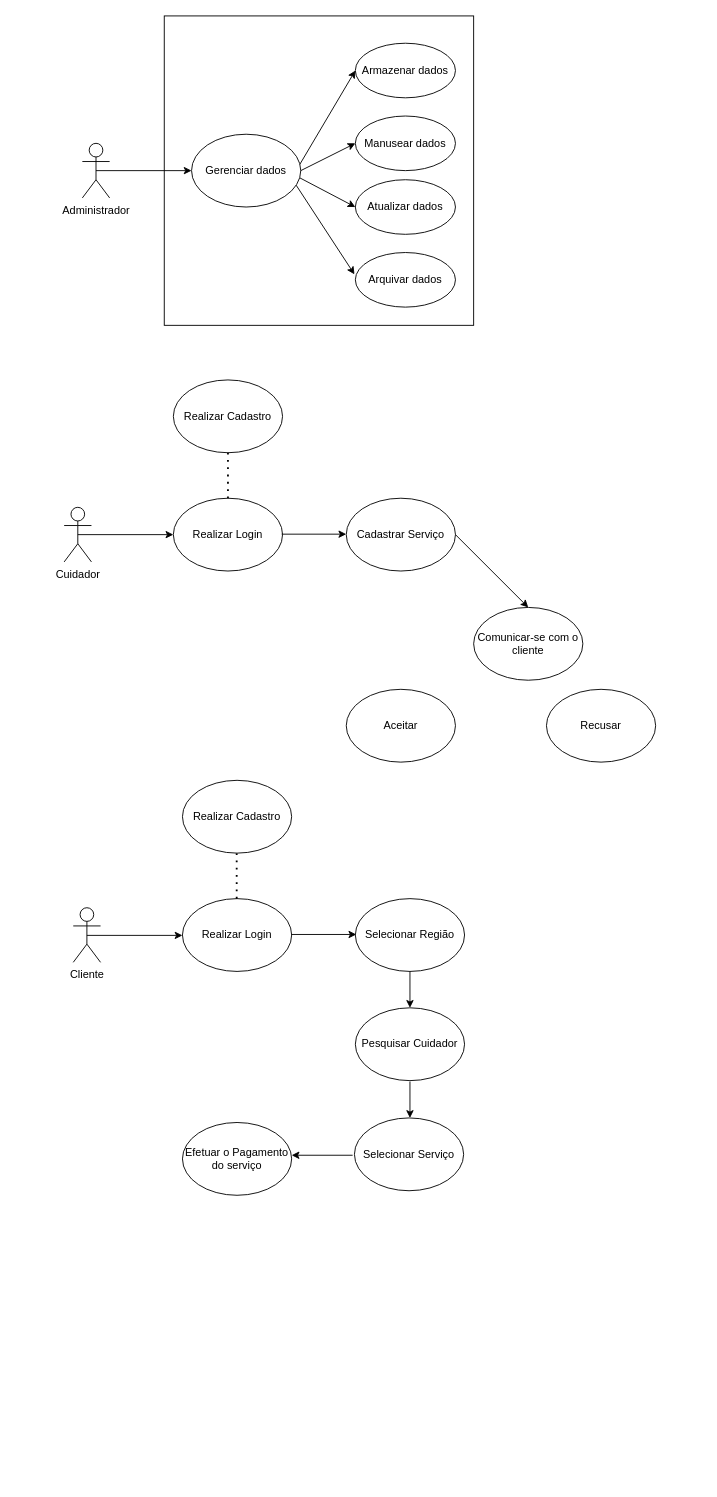
This is Diagrama sem nome.drawio from Thiago163/UML_TCC_casos_de_uso, a draw.io file, before an edit. Source tidied: cells renumbered, new cells numbered last; positions are measured from the earlier drawing's top-left corner, leaving out a move shared by most shapes. Both pictures are drawn from the tidied source at 91%, with x=0, y=0 at pixel (64, 15).
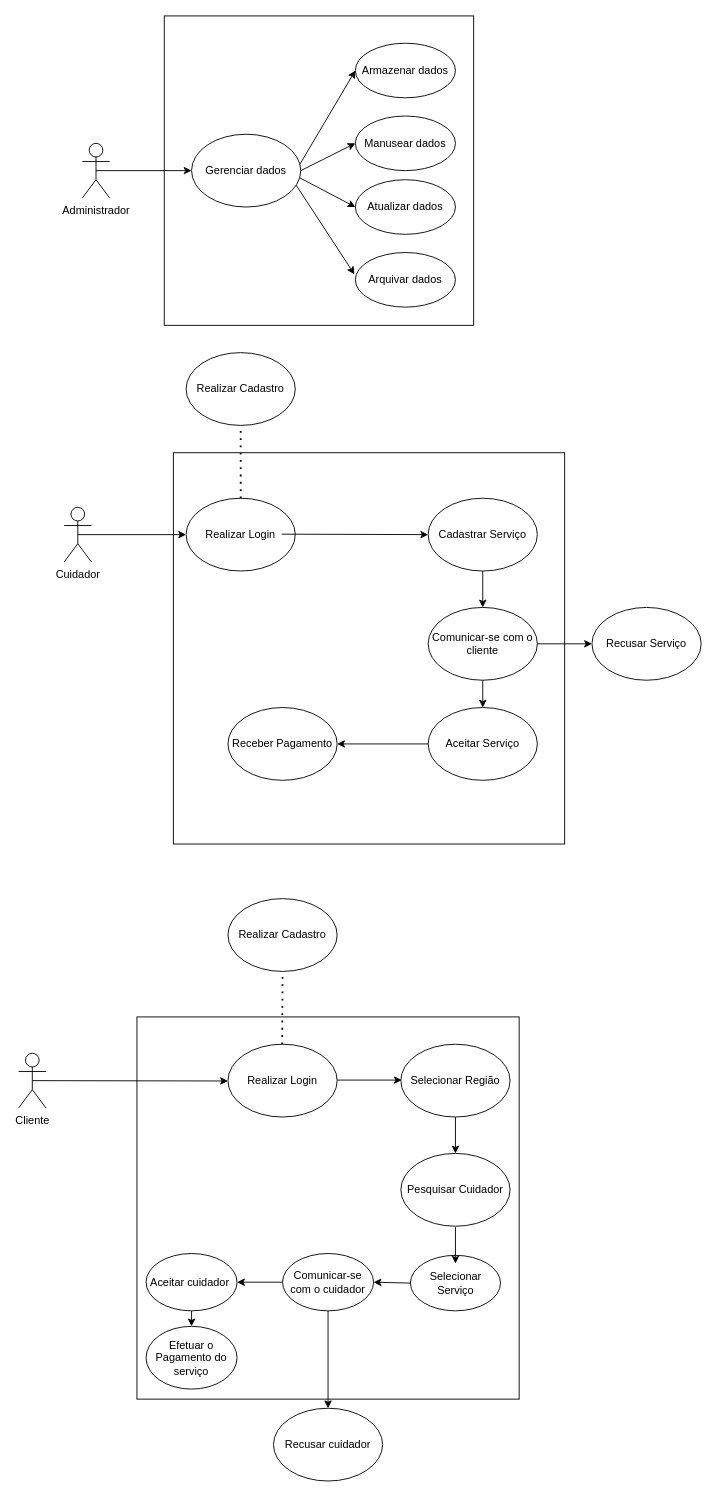
After the change.

Diff of the diagram source:
```diff
@@
+    <mxCell id="38" style="whiteSpace=wrap;html=1;" parent="1" vertex="1">
+      <mxGeometry x="80" y="1100" width="420" height="420" as="geometry" />
+    </mxCell>
+    <mxCell id="39" style="whiteSpace=wrap;html=1;" parent="1" vertex="1">
+      <mxGeometry x="120" y="480" width="430" height="430" as="geometry" />
+    </mxCell>
@@
     <mxCell id="3" value="Cliente" style="shape=umlActor;verticalLabelPosition=bottom;verticalAlign=top;html=1;outlineConnect=0;" parent="1" vertex="1">
-      <mxGeometry x="10" y="980" width="30" height="60" as="geometry" />
+      <mxGeometry x="-50" y="1140" width="30" height="60" as="geometry" />
     </mxCell>
@@
     <mxCell id="5" value="Realizar Login" style="ellipse;whiteSpace=wrap;html=1;" parent="1" vertex="1">
-      <mxGeometry x="120" y="530" width="120" height="80" as="geometry" />
+      <mxGeometry x="134" y="530" width="120" height="80" as="geometry" />
     </mxCell>
@@
     <mxCell id="18" value="Realizar Cadastro" style="ellipse;whiteSpace=wrap;html=1;" parent="1" vertex="1">
-      <mxGeometry x="120" y="400" width="120" height="80" as="geometry" />
+      <mxGeometry x="134" y="370" width="120" height="80" as="geometry" />
     </mxCell>
@@
     <mxCell id="20" value="Cadastrar Serviço" style="ellipse;whiteSpace=wrap;html=1;" parent="1" vertex="1">
-      <mxGeometry x="310" y="530" width="120" height="80" as="geometry" />
+      <mxGeometry x="400" y="530" width="120" height="80" as="geometry" />
     </mxCell>
-    <mxCell id="21" style="endArrow=classic;html=1;rounded=0;exitX=0.5;exitY=0.5;exitDx=0;exitDy=0;exitPerimeter=0;" parent="1" edge="1">
+    <mxCell id="21" style="endArrow=classic;html=1;rounded=0;exitX=0.5;exitY=0.5;exitDx=0;exitDy=0;exitPerimeter=0;entryX=0;entryY=0.5;entryDx=0;entryDy=0;" parent="1" edge="1" target="20">
       <mxGeometry relative="1" as="geometry">
         <mxPoint x="239" y="569.5" as="sourcePoint" />
-        <mxPoint x="310" y="569.5" as="targetPoint" />
       </mxGeometry>
     </mxCell>
-    <mxCell id="22" style="endArrow=classic;html=1;rounded=0;entryX=0;entryY=0.5;entryDx=0;entryDy=0;exitX=0.5;exitY=0.5;exitDx=0;exitDy=0;exitPerimeter=0;" parent="1" edge="1">
+    <mxCell id="22" style="endArrow=classic;html=1;rounded=0;entryX=0;entryY=0.5;entryDx=0;entryDy=0;exitX=0.5;exitY=0.5;exitDx=0;exitDy=0;exitPerimeter=0;" parent="1" edge="1" source="3">
       <mxGeometry relative="1" as="geometry">
-        <mxPoint x="25" y="1010.4" as="sourcePoint" />
-        <mxPoint x="130" y="1010.4" as="targetPoint" />
+        <mxPoint x="180" y="1170.4" as="targetPoint" />
       </mxGeometry>
     </mxCell>
     <mxCell id="23" value="Realizar Login" style="ellipse;whiteSpace=wrap;html=1;" parent="1" vertex="1">
-      <mxGeometry x="130" y="970" width="120" height="80" as="geometry" />
+      <mxGeometry x="180" y="1130" width="120" height="80" as="geometry" />
     </mxCell>
-    <mxCell id="24" style="endArrow=none;dashed=1;html=1;dashPattern=1 3;strokeWidth=2;rounded=0;exitX=0.5;exitY=0;exitDx=0;exitDy=0;entryX=0.5;entryY=1;entryDx=0;entryDy=0;" parent="1" edge="1">
+    <mxCell id="24" style="endArrow=none;dashed=1;html=1;dashPattern=1 3;strokeWidth=2;rounded=0;exitX=0.5;exitY=0;exitDx=0;exitDy=0;entryX=0.5;entryY=1;entryDx=0;entryDy=0;" parent="1" edge="1" target="25">
       <mxGeometry relative="1" as="geometry">
-        <mxPoint x="189.6" y="970" as="sourcePoint" />
-        <mxPoint x="189.6" y="920" as="targetPoint" />
+        <mxPoint x="239.6" y="1130" as="sourcePoint" />
       </mxGeometry>
     </mxCell>
     <mxCell id="25" value="Realizar Cadastro" style="ellipse;whiteSpace=wrap;html=1;" parent="1" vertex="1">
-      <mxGeometry x="130" y="840" width="120" height="80" as="geometry" />
+      <mxGeometry x="180" y="970" width="120" height="80" as="geometry" />
     </mxCell>
     <mxCell id="26" style="endArrow=classic;html=1;rounded=0;exitX=0.5;exitY=0.5;exitDx=0;exitDy=0;exitPerimeter=0;" parent="1" edge="1">
       <mxGeometry relative="1" as="geometry">
-        <mxPoint x="250" y="1009.4" as="sourcePoint" />
-        <mxPoint x="321" y="1009.4" as="targetPoint" />
+        <mxPoint x="300" y="1169.4" as="sourcePoint" />
+        <mxPoint x="371" y="1169.4" as="targetPoint" />
       </mxGeometry>
     </mxCell>
     <mxCell id="27" value="Selecionar Serviço" style="ellipse;whiteSpace=wrap;html=1;" parent="1" vertex="1">
-      <mxGeometry x="319" y="1211" width="120" height="80" as="geometry" />
+      <mxGeometry x="380.5" y="1362" width="99" height="61" as="geometry" />
     </mxCell>
-    <mxCell id="28" style="endArrow=classic;html=1;rounded=0;entryX=1;entryY=0.5;entryDx=0;entryDy=0;" parent="1" edge="1">
-      <mxGeometry relative="1" as="geometry">
-        <mxPoint x="317" y="1252" as="sourcePoint" />
-        <mxPoint x="250" y="1252" as="targetPoint" />
-      </mxGeometry>
+    <mxCell id="28" style="endArrow=classic;html=1;rounded=0;entryX=1;entryY=0.5;entryDx=0;entryDy=0;exitX=0;exitY=0.5;exitDx=0;exitDy=0;" parent="1" edge="1" source="27" target="46">
+      <mxGeometry relative="1" as="geometry" />
     </mxCell>
     <mxCell id="29" value="Efetuar o Pagamento do serviço" style="ellipse;whiteSpace=wrap;html=1;" parent="1" vertex="1">
-      <mxGeometry x="130" y="1216" width="120" height="80" as="geometry" />
+      <mxGeometry x="90" y="1440" width="100" height="69" as="geometry" />
     </mxCell>
     <mxCell id="30" value="Selecionar Região" style="ellipse;whiteSpace=wrap;html=1;" parent="1" vertex="1">
-      <mxGeometry x="320" y="970" width="120" height="80" as="geometry" />
+      <mxGeometry x="370" y="1130" width="120" height="80" as="geometry" />
     </mxCell>
@@
     <mxCell id="32" value="Pesquisar Cuidador" style="ellipse;whiteSpace=wrap;html=1;" parent="1" vertex="1">
-      <mxGeometry x="320" y="1090" width="120" height="80" as="geometry" />
+      <mxGeometry x="370" y="1250" width="120" height="80" as="geometry" />
     </mxCell>
     <mxCell id="33" style="endArrow=classic;html=1;rounded=0;exitX=0.5;exitY=1;exitDx=0;exitDy=0;entryX=0.5;entryY=0;entryDx=0;entryDy=0;" parent="1" edge="1">
       <mxGeometry relative="1" as="geometry">
-        <mxPoint x="380" y="1171" as="sourcePoint" />
-        <mxPoint x="380" y="1211" as="targetPoint" />
+        <mxPoint x="430" y="1331" as="sourcePoint" />
+        <mxPoint x="430" y="1371" as="targetPoint" />
       </mxGeometry>
     </mxCell>
     <mxCell id="34" value="Comunicar-se com o cliente" style="ellipse;whiteSpace=wrap;html=1;" parent="1" vertex="1">
-      <mxGeometry x="450" y="650" width="120" height="80" as="geometry" />
+      <mxGeometry x="400" y="650" width="120" height="80" as="geometry" />
     </mxCell>
-    <mxCell id="35" style="endArrow=classic;html=1;rounded=0;exitX=1;exitY=0.5;exitDx=0;exitDy=0;entryX=0.5;entryY=0;entryDx=0;entryDy=0;" parent="1" edge="1" source="20" target="34">
+    <mxCell id="35" style="endArrow=classic;html=1;rounded=0;exitX=0.5;exitY=1;exitDx=0;exitDy=0;entryX=0.5;entryY=0;entryDx=0;entryDy=0;" parent="1" edge="1" source="20" target="34">
       <mxGeometry relative="1" as="geometry" />
     </mxCell>
-    <mxCell id="36" value="Aceitar" style="ellipse;whiteSpace=wrap;html=1;" parent="1" vertex="1">
-      <mxGeometry x="310" y="740" width="120" height="80" as="geometry" />
+    <mxCell id="36" value="Aceitar Serviço" style="ellipse;whiteSpace=wrap;html=1;" parent="1" vertex="1">
+      <mxGeometry x="400" y="760" width="120" height="80" as="geometry" />
     </mxCell>
-    <mxCell id="37" value="Recusar" style="ellipse;whiteSpace=wrap;html=1;" parent="1" vertex="1">
-      <mxGeometry x="530" y="740" width="120" height="80" as="geometry" />
+    <mxCell id="37" value="Recusar Serviço" style="ellipse;whiteSpace=wrap;html=1;" parent="1" vertex="1">
+      <mxGeometry x="580" y="650" width="120" height="80" as="geometry" />
     </mxCell>
+    <mxCell id="40" style="endArrow=classic;html=1;rounded=0;exitX=0.5;exitY=1;exitDx=0;exitDy=0;entryX=0.5;entryY=0;entryDx=0;entryDy=0;" parent="1" edge="1" source="34" target="36">
+      <mxGeometry relative="1" as="geometry" />
+    </mxCell>
+    <mxCell id="41" style="endArrow=classic;html=1;rounded=0;exitX=1;exitY=0.5;exitDx=0;exitDy=0;entryX=0;entryY=0.5;entryDx=0;entryDy=0;" parent="1" edge="1" source="34" target="37">
+      <mxGeometry relative="1" as="geometry" />
+    </mxCell>
+    <mxCell id="42" value="Receber Pagamento" style="ellipse;whiteSpace=wrap;html=1;" parent="1" vertex="1">
+      <mxGeometry x="180" y="760" width="120" height="80" as="geometry" />
+    </mxCell>
+    <mxCell id="43" style="endArrow=classic;html=1;rounded=0;exitX=0;exitY=0.5;exitDx=0;exitDy=0;entryX=1;entryY=0.5;entryDx=0;entryDy=0;" parent="1" edge="1" source="36" target="42">
+      <mxGeometry relative="1" as="geometry" />
+    </mxCell>
+    <mxCell id="44" style="edgeStyle=orthogonalEdgeStyle;rounded=0;jettySize=auto;html=1;exitX=0.5;exitY=1;exitDx=0;exitDy=0;entryX=0.5;entryY=0;entryDx=0;entryDy=0;" parent="1" edge="1" source="46" target="47">
+      <mxGeometry relative="1" as="geometry" />
+    </mxCell>
+    <mxCell id="45" style="edgeStyle=orthogonalEdgeStyle;rounded=0;jettySize=auto;html=1;exitX=0;exitY=0.5;exitDx=0;exitDy=0;entryX=1;entryY=0.5;entryDx=0;entryDy=0;" parent="1" edge="1" source="46" target="49">
+      <mxGeometry relative="1" as="geometry" />
+    </mxCell>
+    <mxCell id="46" value="Comunicar-se com o cuidador" style="ellipse;whiteSpace=wrap;html=1;" parent="1" vertex="1">
+      <mxGeometry x="240" y="1360" width="100" height="63" as="geometry" />
+    </mxCell>
+    <mxCell id="47" value="Recusar cuidador" style="ellipse;whiteSpace=wrap;html=1;" parent="1" vertex="1">
+      <mxGeometry x="230" y="1530" width="120" height="80" as="geometry" />
+    </mxCell>
+    <mxCell id="48" style="edgeStyle=orthogonalEdgeStyle;rounded=0;jettySize=auto;html=1;exitX=0.5;exitY=1;exitDx=0;exitDy=0;entryX=0.5;entryY=0;entryDx=0;entryDy=0;" parent="1" edge="1" source="49" target="29">
+      <mxGeometry relative="1" as="geometry" />
+    </mxCell>
+    <mxCell id="49" value="Aceitar cuidador&amp;nbsp;" style="ellipse;whiteSpace=wrap;html=1;" parent="1" vertex="1">
+      <mxGeometry x="90" y="1360" width="100" height="63" as="geometry" />
+    </mxCell>
```
